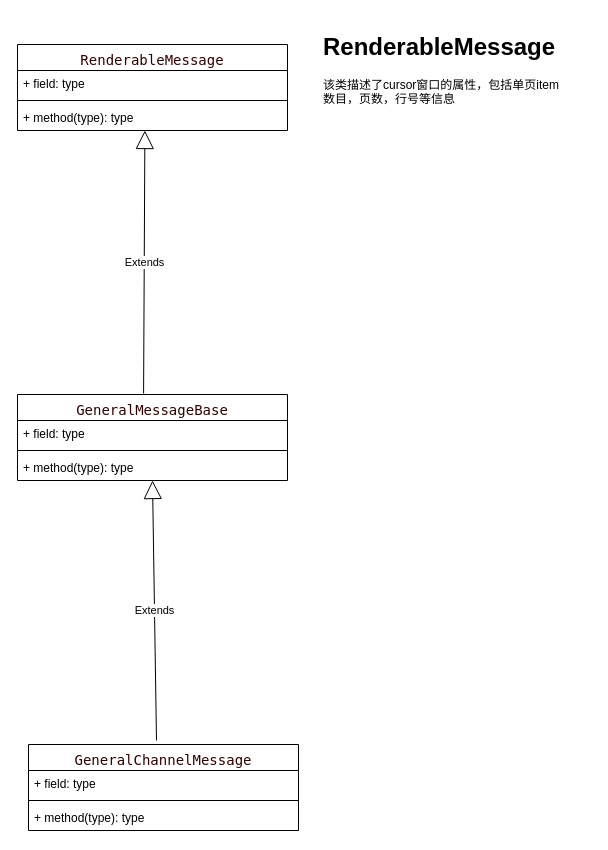
This is page "cyber_monitor" (10 of 10) of apollo.drawio from wangpc10/ApolloCodeDrawIo, a draw.io file, before an edit. Source tidied: cells renumbered, new cells numbered last; positions are measured from the earlier drawing's top-left corner, leaving out a move shared by most shapes. Both pictures are drawn from the tidied source at 100%, with x=0, y=0 at pixel (17, 27).
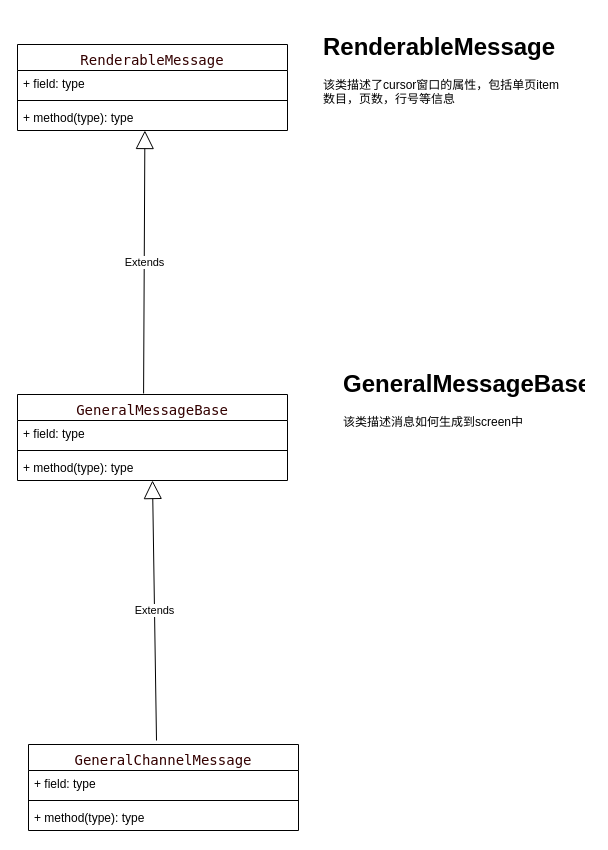
Above is the later version.

Change to the diagram source:
```diff
@@
 <mxGraphModel>
   <root>
     <mxCell id="0" />
     <mxCell id="1" parent="0" />
     <mxCell id="2" value="&lt;div style=&quot;font-family: &amp;quot;Droid Sans Mono&amp;quot;, &amp;quot;monospace&amp;quot;, monospace; font-weight: normal; font-size: 14px; line-height: 19px;&quot;&gt;&lt;span style=&quot;background-color: rgb(255, 255, 255);&quot;&gt;&lt;font color=&quot;#330000&quot;&gt;RenderableMessage&lt;/font&gt;&lt;/span&gt;&lt;/div&gt;" style="swimlane;fontStyle=1;align=center;verticalAlign=top;horizontal=1;startSize=26;whiteSpace=wrap;html=1;" parent="1" vertex="1">
       <mxGeometry y="17" width="270" height="86" as="geometry" />
     </mxCell>
     <mxCell id="3" value="+ field: type" style="text;strokeColor=none;fillColor=none;align=left;verticalAlign=top;spacingLeft=4;spacingRight=4;overflow=hidden;whiteSpace=wrap;html=1;" parent="2" vertex="1">
       <mxGeometry y="26" width="270" height="26" as="geometry" />
     </mxCell>
     <mxCell id="4" style="line;strokeWidth=1;fillColor=none;align=left;verticalAlign=middle;spacingTop=-1;spacingLeft=3;spacingRight=3;labelPosition=right;strokeColor=inherit;" parent="2" vertex="1">
       <mxGeometry y="52" width="270" height="8" as="geometry" />
     </mxCell>
     <mxCell id="5" value="+ method(type): type" style="text;strokeColor=none;fillColor=none;align=left;verticalAlign=top;spacingLeft=4;spacingRight=4;overflow=hidden;whiteSpace=wrap;html=1;" parent="2" vertex="1">
       <mxGeometry y="60" width="270" height="26" as="geometry" />
     </mxCell>
     <mxCell id="6" value="&lt;div style=&quot;font-family: &amp;quot;Droid Sans Mono&amp;quot;, &amp;quot;monospace&amp;quot;, monospace; font-weight: normal; font-size: 14px; line-height: 19px;&quot;&gt;&lt;div style=&quot;line-height: 19px;&quot;&gt;&lt;font style=&quot;background-color: rgb(255, 255, 255);&quot; color=&quot;#330000&quot;&gt;GeneralMessageBase&lt;/font&gt;&lt;/div&gt;&lt;/div&gt;" style="swimlane;fontStyle=1;align=center;verticalAlign=top;horizontal=1;startSize=26;whiteSpace=wrap;html=1;" parent="1" vertex="1">
       <mxGeometry y="367" width="270" height="86" as="geometry" />
     </mxCell>
     <mxCell id="7" value="+ field: type" style="text;strokeColor=none;fillColor=none;align=left;verticalAlign=top;spacingLeft=4;spacingRight=4;overflow=hidden;whiteSpace=wrap;html=1;" parent="6" vertex="1">
       <mxGeometry y="26" width="270" height="26" as="geometry" />
     </mxCell>
     <mxCell id="8" style="line;strokeWidth=1;fillColor=none;align=left;verticalAlign=middle;spacingTop=-1;spacingLeft=3;spacingRight=3;labelPosition=right;strokeColor=inherit;" parent="6" vertex="1">
       <mxGeometry y="52" width="270" height="8" as="geometry" />
     </mxCell>
     <mxCell id="9" value="+ method(type): type" style="text;strokeColor=none;fillColor=none;align=left;verticalAlign=top;spacingLeft=4;spacingRight=4;overflow=hidden;whiteSpace=wrap;html=1;" parent="6" vertex="1">
       <mxGeometry y="60" width="270" height="26" as="geometry" />
     </mxCell>
     <mxCell id="10" value="Extends" style="endArrow=block;endSize=16;endFill=0;html=1;rounded=0;entryX=0.444;entryY=1.154;entryDx=0;entryDy=0;entryPerimeter=0;exitX=0.467;exitY=-0.012;exitDx=0;exitDy=0;exitPerimeter=0;" parent="1" edge="1" source="6">
       <mxGeometry relative="1" as="geometry">
         <mxPoint x="127.4" y="103" as="targetPoint" />
       </mxGeometry>
     </mxCell>
     <mxCell id="11" value="&lt;div style=&quot;font-family: &amp;quot;Droid Sans Mono&amp;quot;, &amp;quot;monospace&amp;quot;, monospace; font-weight: normal; font-size: 14px; line-height: 19px;&quot;&gt;&lt;div style=&quot;line-height: 19px;&quot;&gt;&lt;div style=&quot;line-height: 19px;&quot;&gt;&lt;span style=&quot;background-color: rgb(255, 255, 255);&quot;&gt;&lt;font color=&quot;#330000&quot;&gt;GeneralChannelMessage&lt;/font&gt;&lt;/span&gt;&lt;/div&gt;&lt;/div&gt;&lt;/div&gt;" style="swimlane;fontStyle=1;align=center;verticalAlign=top;horizontal=1;startSize=26;whiteSpace=wrap;html=1;" parent="1" vertex="1">
       <mxGeometry x="11" y="717" width="270" height="86" as="geometry" />
     </mxCell>
     <mxCell id="12" value="+ field: type" style="text;strokeColor=none;fillColor=none;align=left;verticalAlign=top;spacingLeft=4;spacingRight=4;overflow=hidden;whiteSpace=wrap;html=1;" parent="11" vertex="1">
       <mxGeometry y="26" width="270" height="26" as="geometry" />
     </mxCell>
     <mxCell id="13" style="line;strokeWidth=1;fillColor=none;align=left;verticalAlign=middle;spacingTop=-1;spacingLeft=3;spacingRight=3;labelPosition=right;strokeColor=inherit;" parent="11" vertex="1">
       <mxGeometry y="52" width="270" height="8" as="geometry" />
     </mxCell>
     <mxCell id="14" value="+ method(type): type" style="text;strokeColor=none;fillColor=none;align=left;verticalAlign=top;spacingLeft=4;spacingRight=4;overflow=hidden;whiteSpace=wrap;html=1;" parent="11" vertex="1">
       <mxGeometry y="60" width="270" height="26" as="geometry" />
     </mxCell>
     <mxCell id="15" value="Extends" style="endArrow=block;endSize=16;endFill=0;html=1;rounded=0;entryX=0.444;entryY=1.154;entryDx=0;entryDy=0;entryPerimeter=0;" parent="1" edge="1">
       <mxGeometry relative="1" as="geometry">
         <mxPoint x="139" y="713" as="sourcePoint" />
         <mxPoint x="135" y="453" as="targetPoint" />
       </mxGeometry>
     </mxCell>
     <mxCell id="16" value="&lt;h1&gt;RenderableMessage&lt;br&gt;&lt;/h1&gt;&lt;p&gt;该类描述了cursor窗口的属性，包括单页item数目，页数，行号等信息&lt;/p&gt;" style="text;html=1;strokeColor=none;fillColor=none;spacing=5;spacingTop=-20;whiteSpace=wrap;overflow=hidden;rounded=0;" parent="1" vertex="1">
       <mxGeometry x="301" width="250" height="120" as="geometry" />
     </mxCell>
+    <mxCell id="17" value="&lt;h1&gt;GeneralMessageBase&lt;br&gt;&lt;/h1&gt;&lt;p&gt;该类描述消息如何生成到screen中&lt;/p&gt;" style="text;html=1;strokeColor=none;fillColor=none;spacing=5;spacingTop=-20;whiteSpace=wrap;overflow=hidden;rounded=0;" parent="1" vertex="1">
+      <mxGeometry x="321" y="337" width="250" height="120" as="geometry" />
+    </mxCell>
   </root>
 </mxGraphModel>
```
